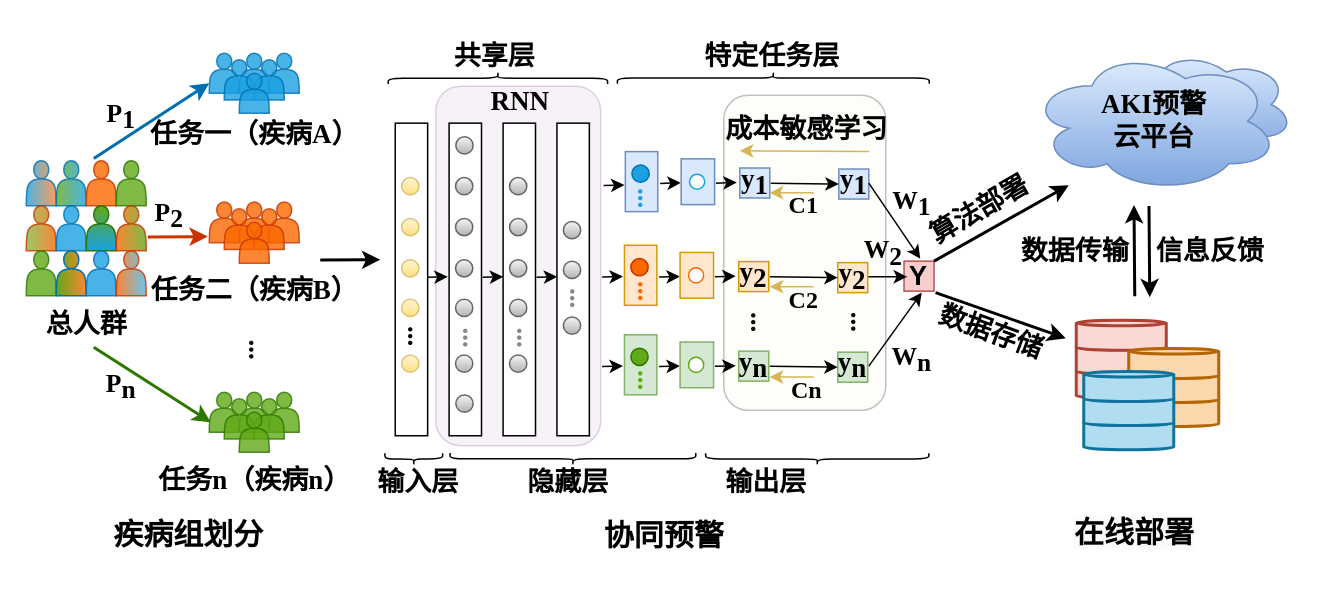
This is 3.2.drawio from wednesday1111/FIB-4, a draw.io file, before an edit. Source tidied: cells renumbered, new cells numbered last; positions are measured from the earlier drawing's top-left corner, leaving out a move shared by most shapes. Both pictures are drawn from the tidied source at 150%, with x=0, y=0 at pixel (26, -78).
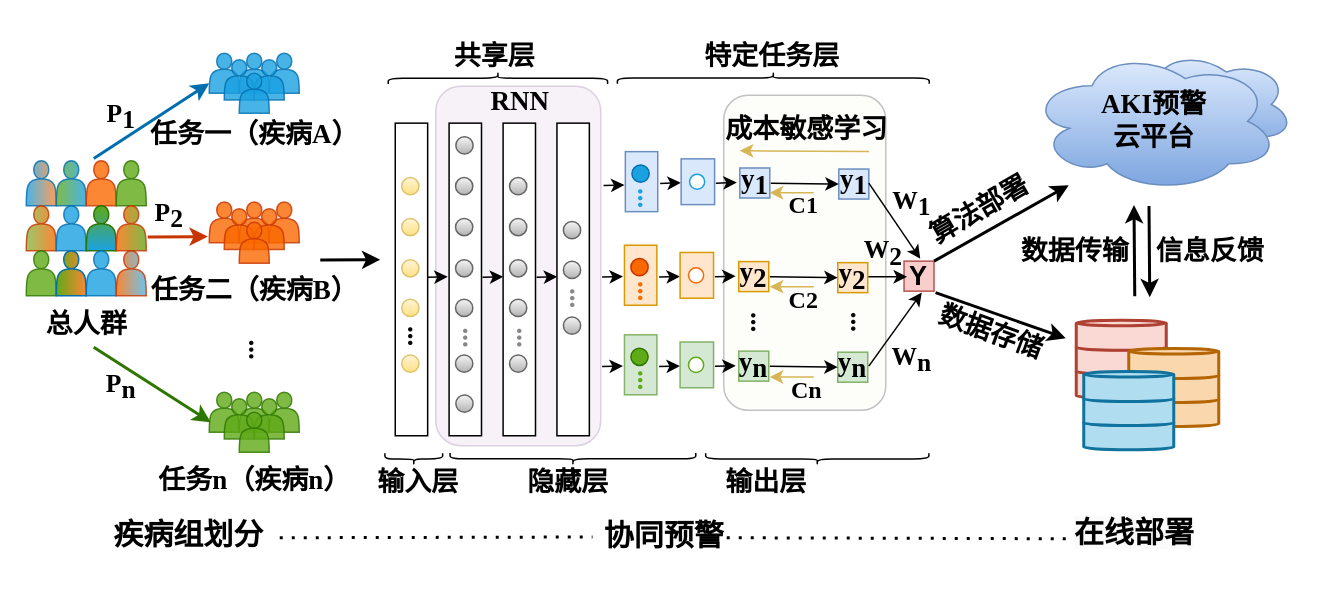
The same page after the edit.

Diff of the diagram source:
```diff
@@
     <mxCell id="138" value="&lt;b style=&quot;forced-color-adjust: none; color: rgb(0, 0, 0); font-family: 宋体; font-size: 20px; font-style: normal; font-variant-ligatures: normal; font-variant-caps: normal; letter-spacing: normal; orphans: 2; text-align: center; text-indent: 0px; text-transform: none; widows: 2; word-spacing: 0px; -webkit-text-stroke-width: 0px; white-space: nowrap; background-color: rgb(251, 251, 251); text-decoration-thickness: initial; text-decoration-style: initial; text-decoration-color: initial;&quot;&gt;在线部署&lt;/b&gt;" style="text;whiteSpace=wrap;html=1;" parent="1" vertex="1">
-      <mxGeometry x="697" y="387.6" width="86" height="50" as="geometry" />
+      <mxGeometry x="697" y="387.6" width="86" height="37.4" as="geometry" />
     </mxCell>
@@
+    <mxCell id="166" style="endArrow=none;dashed=1;html=1;dashPattern=1 3;strokeWidth=2;rounded=0;entryX=0.035;entryY=0.422;entryDx=0;entryDy=0;entryPerimeter=0;" parent="1" edge="1">
+      <mxGeometry relative="1" as="geometry">
+        <mxPoint x="169" y="410" as="sourcePoint" />
+        <mxPoint x="377.5" y="409.5" as="targetPoint" />
+      </mxGeometry>
+    </mxCell>
+    <mxCell id="167" style="endArrow=none;dashed=1;html=1;dashPattern=1 3;strokeWidth=2;rounded=0;entryX=0;entryY=0.75;entryDx=0;entryDy=0;exitX=0.867;exitY=0.685;exitDx=0;exitDy=0;exitPerimeter=0;" parent="1" edge="1">
+      <mxGeometry relative="1" as="geometry">
+        <mxPoint x="467" y="410" as="sourcePoint" />
+        <mxPoint x="699" y="410.7" as="targetPoint" />
+      </mxGeometry>
+    </mxCell>
```
